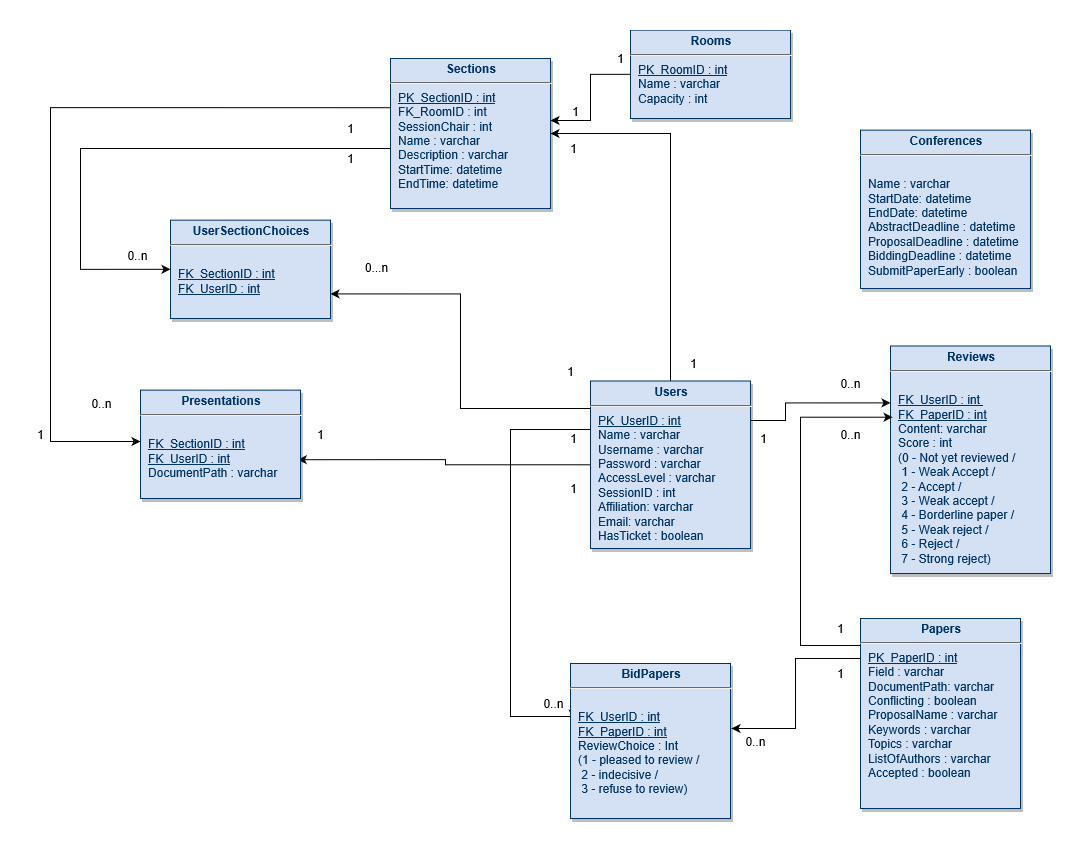
This is documents/images/Database Diagram.png from horatiu-udrea/RuntimeTerror, a draw.io export, as it was before one commit. Source tidied: cells renumbered, new cells last; positions are measured from the earlier drawing's top-left corner, leaving out a move shared by most shapes.
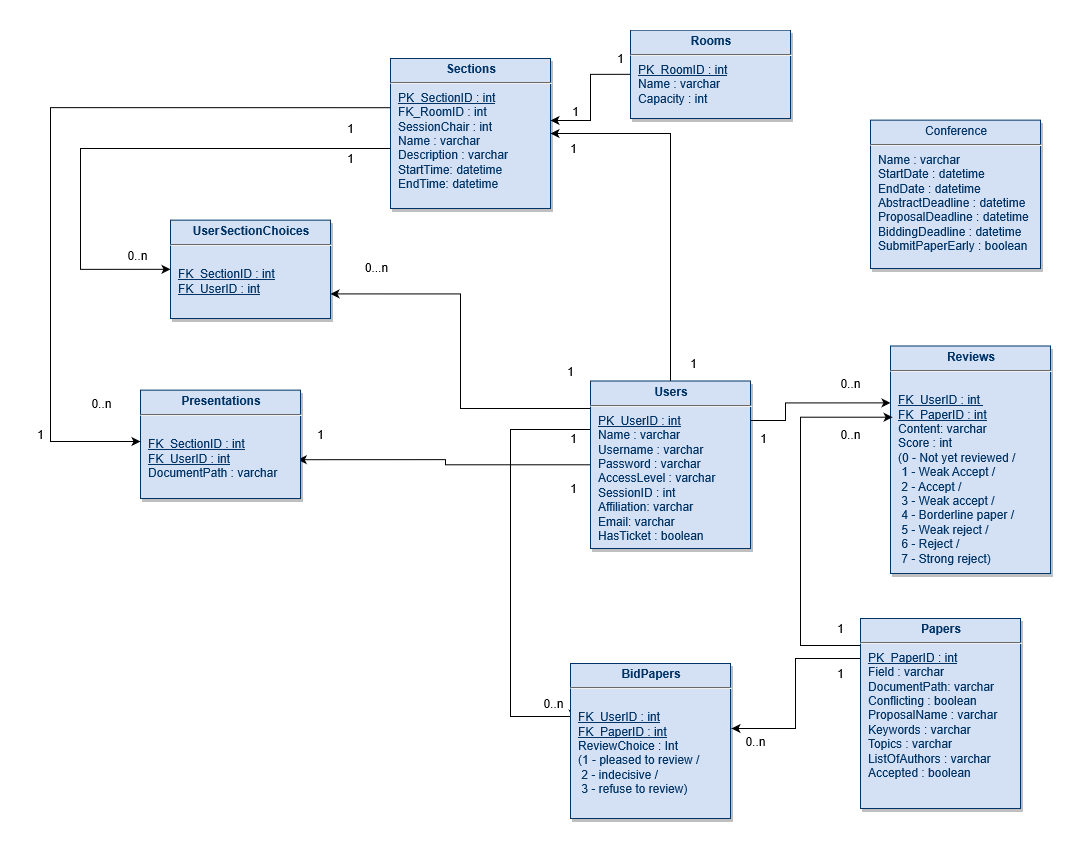
Above is the later version.

The edit, as a diff of the source:
```diff
@@ -118,9 +118,6 @@
     <mxCell id="21" value="&lt;p style=&quot;margin: 4px 0px 0px ; text-align: center&quot;&gt;&lt;strong&gt;Papers&lt;/strong&gt;&lt;strong&gt;&lt;u&gt;&lt;/u&gt;&lt;br&gt;&lt;/strong&gt;&lt;/p&gt;&lt;hr&gt;&lt;p style=&quot;margin: 0px ; margin-left: 8px&quot;&gt;&lt;u&gt;PK_PaperID : int&lt;/u&gt;&lt;br&gt;&lt;/p&gt;&lt;p style=&quot;margin: 0px ; margin-left: 8px&quot;&gt;Field : varchar&lt;/p&gt;&lt;p style=&quot;margin: 0px ; margin-left: 8px&quot;&gt;DocumentPath: varchar&lt;br&gt;&lt;/p&gt;&lt;p style=&quot;margin: 0px ; margin-left: 8px&quot;&gt;Conflicting : boolean&lt;/p&gt;&lt;p style=&quot;margin: 0px ; margin-left: 8px&quot;&gt;ProposalName : varchar&lt;/p&gt;&lt;p style=&quot;margin: 0px ; margin-left: 8px&quot;&gt;Keywords : varchar&lt;/p&gt;&lt;p style=&quot;margin: 0px ; margin-left: 8px&quot;&gt;Topics : varchar&lt;/p&gt;&lt;p style=&quot;margin: 0px ; margin-left: 8px&quot;&gt;ListOfAuthors : varchar&lt;br&gt;&lt;/p&gt;&lt;p style=&quot;margin: 0px ; margin-left: 8px&quot;&gt;Accepted : boolean&lt;/p&gt;&lt;p style=&quot;margin: 0px ; margin-left: 8px&quot;&gt;&lt;br&gt;&lt;/p&gt;" style="verticalAlign=top;align=left;overflow=fill;fontSize=12;fontFamily=Helvetica;html=1;strokeColor=#003366;shadow=1;fillColor=#D4E1F5;fontColor=#003366;" parent="1" vertex="1">
       <mxGeometry x="830" y="588" width="160" height="190" as="geometry" />
     </mxCell>
-    <mxCell id="22" value="&lt;p style=&quot;margin: 4px 0px 0px ; text-align: center&quot;&gt;&lt;strong&gt;Conferences&lt;/strong&gt;&lt;/p&gt;&lt;hr&gt;&lt;p style=&quot;margin: 0px ; margin-left: 8px&quot;&gt;&lt;br&gt;&lt;/p&gt;&lt;p style=&quot;margin: 0px ; margin-left: 8px&quot;&gt;Name : varchar&lt;/p&gt;&lt;p style=&quot;margin: 0px ; margin-left: 8px&quot;&gt;StartDate: datetime&lt;/p&gt;&lt;p style=&quot;margin: 0px ; margin-left: 8px&quot;&gt;EndDate: datetime&lt;br&gt;&lt;/p&gt;&lt;p style=&quot;margin: 0px ; margin-left: 8px&quot;&gt;AbstractDeadline : datetime&lt;/p&gt;&lt;p style=&quot;margin: 0px ; margin-left: 8px&quot;&gt;ProposalDeadline : datetime&lt;/p&gt;&lt;p style=&quot;margin: 0px ; margin-left: 8px&quot;&gt;BiddingDeadline : datetime&lt;/p&gt;&lt;p style=&quot;margin: 0px ; margin-left: 8px&quot;&gt;SubmitPaperEarly : boolean&lt;/p&gt;" style="verticalAlign=top;align=left;overflow=fill;fontSize=12;fontFamily=Helvetica;html=1;strokeColor=#003366;shadow=1;fillColor=#D4E1F5;fontColor=#003366;" parent="1" vertex="1">
-      <mxGeometry x="830" y="99.6" width="170" height="158.4" as="geometry" />
-    </mxCell>
     <mxCell id="23" value="1&lt;br&gt;" style="text;html=1;align=center;verticalAlign=middle;" parent="1" vertex="1">
       <mxGeometry x="580" y="18" width="20" height="20" as="geometry" />
     </mxCell>
@@ -178,5 +175,8 @@
     <mxCell id="41" value="1" style="text;html=1;align=center;verticalAlign=middle;" parent="1" vertex="1">
       <mxGeometry x="280" y="394.2" width="20" height="20" as="geometry" />
     </mxCell>
+    <mxCell id="42" value="&lt;p style=&quot;margin: 4px 0px 0px ; text-align: center&quot;&gt;Conference&lt;/p&gt;&lt;hr&gt;&lt;p style=&quot;margin: 0px ; margin-left: 8px&quot;&gt;Name : varchar&lt;/p&gt;&lt;p style=&quot;margin: 0px ; margin-left: 8px&quot;&gt;StartDate : datetime&lt;/p&gt;&lt;p style=&quot;margin: 0px ; margin-left: 8px&quot;&gt;EndDate : datetime&lt;/p&gt;&lt;p style=&quot;margin: 0px ; margin-left: 8px&quot;&gt;AbstractDeadline : datetime&lt;/p&gt;&lt;p style=&quot;margin: 0px ; margin-left: 8px&quot;&gt;ProposalDeadline : datetime&lt;/p&gt;&lt;p style=&quot;margin: 0px ; margin-left: 8px&quot;&gt;BiddingDeadline : datetime&lt;/p&gt;&lt;p style=&quot;margin: 0px ; margin-left: 8px&quot;&gt;SubmitPaperEarly : boolean&lt;/p&gt;&lt;p style=&quot;margin: 0px ; margin-left: 8px&quot;&gt;&lt;br&gt;&lt;/p&gt;&lt;p style=&quot;margin: 0px ; margin-left: 8px&quot;&gt;&lt;br&gt;&lt;/p&gt;" style="verticalAlign=top;align=left;overflow=fill;fontSize=12;fontFamily=Helvetica;html=1;strokeColor=#003366;shadow=1;fillColor=#D4E1F5;fontColor=#003366;" parent="1" vertex="1">
+      <mxGeometry x="840" y="89.6" width="170" height="148.4" as="geometry" />
+    </mxCell>
   </root>
 </mxGraphModel>
```
